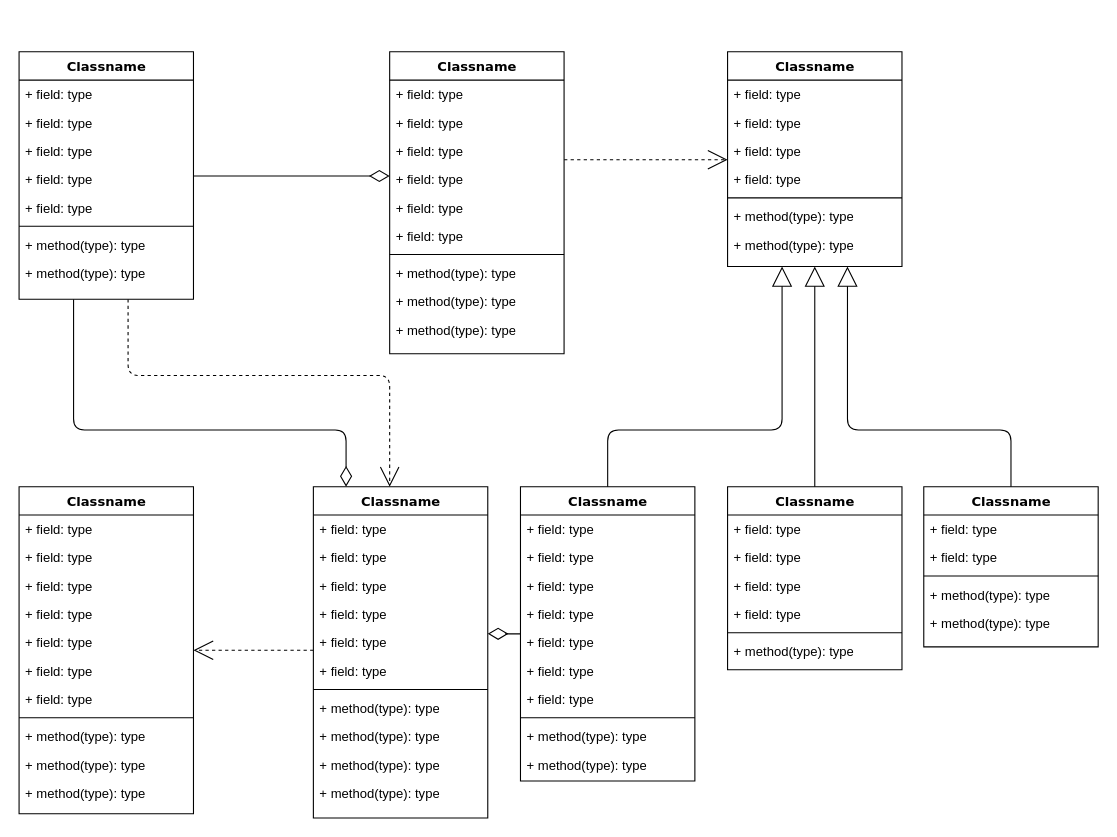
This is Organigramax.drawio from MiguelAngeloTr/Organigramax, a draw.io file, before an edit. Source tidied: cells renumbered, new cells numbered last; positions are measured from the earlier drawing's top-left corner, leaving out a move shared by most shapes. Both pictures are drawn from the tidied source at 109%, with x=0, y=0 at pixel (19, 51).
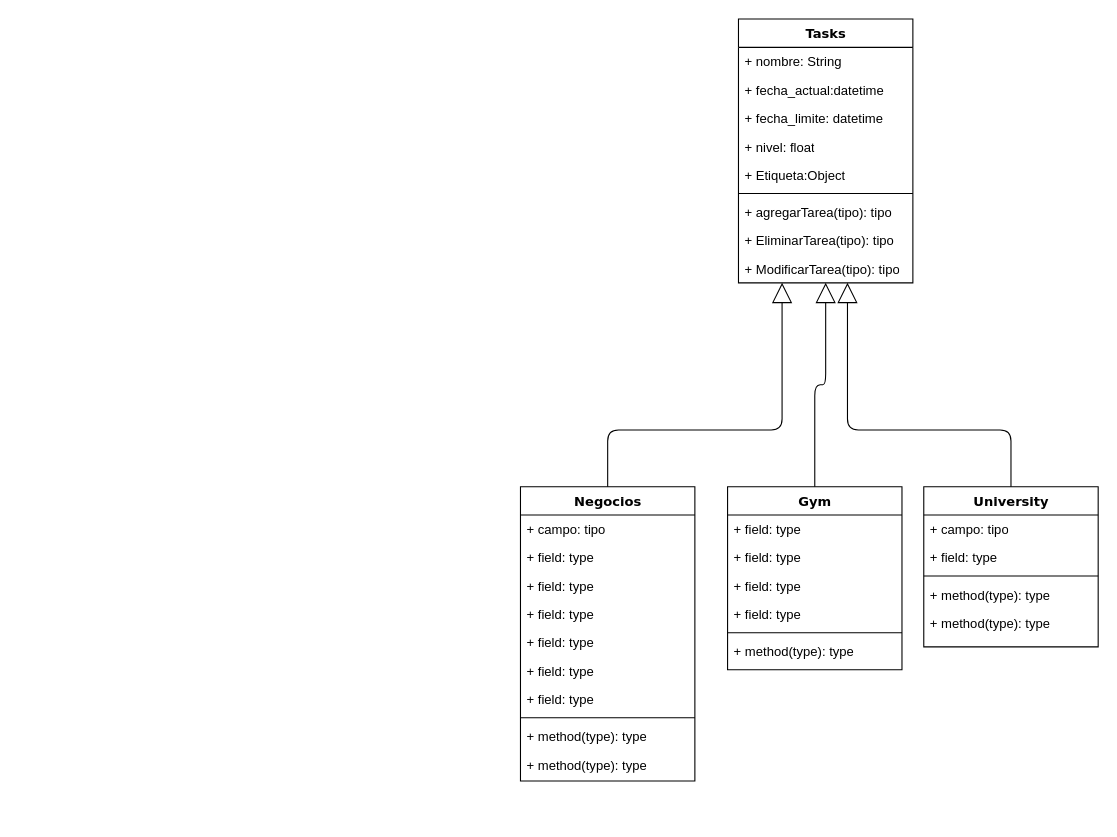
The same diagram, later.

Change to the diagram source:
```diff
@@
-    <mxCell id="2" style="edgeStyle=orthogonalEdgeStyle;html=1;labelBackgroundColor=none;startFill=0;startSize=8;endArrow=open;endFill=0;endSize=16;fontFamily=Verdana;fontSize=12;dashed=1;" parent="1" edge="1" source="4" target="47">
-      <mxGeometry relative="1" as="geometry">
-        <Array as="points">
-          <mxPoint x="100" y="297" />
-          <mxPoint x="340" y="297" />
-        </Array>
-      </mxGeometry>
-    </mxCell>
-    <mxCell id="3" style="edgeStyle=orthogonalEdgeStyle;html=1;labelBackgroundColor=none;startFill=0;startSize=8;endArrow=diamondThin;endFill=0;endSize=16;fontFamily=Verdana;fontSize=12;" parent="1" edge="1" source="4" target="47">
-      <mxGeometry relative="1" as="geometry">
-        <Array as="points">
-          <mxPoint x="50" y="347" />
-          <mxPoint x="300" y="347" />
-        </Array>
-      </mxGeometry>
-    </mxCell>
-    <mxCell id="4" value="Classname" style="swimlane;html=1;fontStyle=1;align=center;verticalAlign=top;horizontal=1;startSize=26;swimlaneFillColor=#ffffff;rounded=0;shadow=0;comic=0;labelBackgroundColor=none;strokeWidth=1;fillColor=none;fontFamily=Verdana;fontSize=12;" parent="1" vertex="1">
-      <mxGeometry width="160" height="227" as="geometry" />
-    </mxCell>
-    <mxCell id="5" value="+ field: type" style="text;html=1;strokeColor=none;fillColor=none;align=left;verticalAlign=top;spacingLeft=4;spacingRight=4;whiteSpace=wrap;overflow=hidden;" parent="4" vertex="1">
-      <mxGeometry y="26" width="160" height="26" as="geometry" />
-    </mxCell>
-    <mxCell id="6" value="+ field: type" style="text;html=1;strokeColor=none;fillColor=none;align=left;verticalAlign=top;spacingLeft=4;spacingRight=4;whiteSpace=wrap;overflow=hidden;" parent="4" vertex="1">
-      <mxGeometry y="52" width="160" height="26" as="geometry" />
-    </mxCell>
-    <mxCell id="7" value="+ field: type" style="text;html=1;strokeColor=none;fillColor=none;align=left;verticalAlign=top;spacingLeft=4;spacingRight=4;whiteSpace=wrap;overflow=hidden;" parent="4" vertex="1">
-      <mxGeometry y="78" width="160" height="26" as="geometry" />
-    </mxCell>
-    <mxCell id="8" value="+ field: type" style="text;html=1;strokeColor=none;fillColor=none;align=left;verticalAlign=top;spacingLeft=4;spacingRight=4;whiteSpace=wrap;overflow=hidden;" parent="4" vertex="1">
-      <mxGeometry y="104" width="160" height="26" as="geometry" />
-    </mxCell>
-    <mxCell id="9" value="+ field: type" style="text;html=1;strokeColor=none;fillColor=none;align=left;verticalAlign=top;spacingLeft=4;spacingRight=4;whiteSpace=wrap;overflow=hidden;" parent="4" vertex="1">
-      <mxGeometry y="130" width="160" height="26" as="geometry" />
-    </mxCell>
-    <mxCell id="10" style="line;html=1;strokeWidth=1;fillColor=none;align=left;verticalAlign=middle;spacingTop=-1;spacingLeft=3;spacingRight=3;labelPosition=right;" parent="4" vertex="1">
-      <mxGeometry y="156" width="160" height="8" as="geometry" />
-    </mxCell>
-    <mxCell id="11" value="+ method(type): type" style="text;html=1;strokeColor=none;fillColor=none;align=left;verticalAlign=top;spacingLeft=4;spacingRight=4;whiteSpace=wrap;overflow=hidden;" parent="4" vertex="1">
-      <mxGeometry y="164" width="160" height="26" as="geometry" />
-    </mxCell>
-    <mxCell id="12" value="+ method(type): type" style="text;html=1;strokeColor=none;fillColor=none;align=left;verticalAlign=top;spacingLeft=4;spacingRight=4;whiteSpace=wrap;overflow=hidden;" parent="4" vertex="1">
-      <mxGeometry y="190" width="160" height="26" as="geometry" />
-    </mxCell>
-    <mxCell id="13" style="edgeStyle=elbowEdgeStyle;html=1;labelBackgroundColor=none;startFill=0;startSize=8;endArrow=open;endFill=0;endSize=16;fontFamily=Verdana;fontSize=12;elbow=vertical;dashed=1;" parent="1" edge="1" source="14" target="25">
-      <mxGeometry relative="1" as="geometry" />
-    </mxCell>
-    <mxCell id="14" value="Classname" style="swimlane;html=1;fontStyle=1;align=center;verticalAlign=top;horizontal=1;startSize=26;swimlaneFillColor=#ffffff;rounded=0;shadow=0;comic=0;labelBackgroundColor=none;strokeWidth=1;fillColor=none;fontFamily=Verdana;fontSize=12;" parent="1" vertex="1">
-      <mxGeometry x="340" width="160" height="277" as="geometry" />
-    </mxCell>
-    <mxCell id="15" value="+ field: type" style="text;html=1;strokeColor=none;fillColor=none;align=left;verticalAlign=top;spacingLeft=4;spacingRight=4;whiteSpace=wrap;overflow=hidden;" parent="14" vertex="1">
-      <mxGeometry y="26" width="160" height="26" as="geometry" />
-    </mxCell>
-    <mxCell id="16" value="+ field: type" style="text;html=1;strokeColor=none;fillColor=none;align=left;verticalAlign=top;spacingLeft=4;spacingRight=4;whiteSpace=wrap;overflow=hidden;" parent="14" vertex="1">
-      <mxGeometry y="52" width="160" height="26" as="geometry" />
-    </mxCell>
-    <mxCell id="17" value="+ field: type" style="text;html=1;strokeColor=none;fillColor=none;align=left;verticalAlign=top;spacingLeft=4;spacingRight=4;whiteSpace=wrap;overflow=hidden;" parent="14" vertex="1">
-      <mxGeometry y="78" width="160" height="26" as="geometry" />
-    </mxCell>
-    <mxCell id="18" value="+ field: type" style="text;html=1;strokeColor=none;fillColor=none;align=left;verticalAlign=top;spacingLeft=4;spacingRight=4;whiteSpace=wrap;overflow=hidden;" parent="14" vertex="1">
-      <mxGeometry y="104" width="160" height="26" as="geometry" />
-    </mxCell>
-    <mxCell id="19" value="+ field: type" style="text;html=1;strokeColor=none;fillColor=none;align=left;verticalAlign=top;spacingLeft=4;spacingRight=4;whiteSpace=wrap;overflow=hidden;" parent="14" vertex="1">
-      <mxGeometry y="130" width="160" height="26" as="geometry" />
-    </mxCell>
-    <mxCell id="20" value="+ field: type" style="text;html=1;strokeColor=none;fillColor=none;align=left;verticalAlign=top;spacingLeft=4;spacingRight=4;whiteSpace=wrap;overflow=hidden;" parent="14" vertex="1">
-      <mxGeometry y="156" width="160" height="26" as="geometry" />
-    </mxCell>
-    <mxCell id="21" style="line;html=1;strokeWidth=1;fillColor=none;align=left;verticalAlign=middle;spacingTop=-1;spacingLeft=3;spacingRight=3;labelPosition=right;" parent="14" vertex="1">
-      <mxGeometry y="182" width="160" height="8" as="geometry" />
-    </mxCell>
-    <mxCell id="22" value="+ method(type): type" style="text;html=1;strokeColor=none;fillColor=none;align=left;verticalAlign=top;spacingLeft=4;spacingRight=4;whiteSpace=wrap;overflow=hidden;" parent="14" vertex="1">
-      <mxGeometry y="190" width="160" height="26" as="geometry" />
-    </mxCell>
-    <mxCell id="23" value="+ method(type): type" style="text;html=1;strokeColor=none;fillColor=none;align=left;verticalAlign=top;spacingLeft=4;spacingRight=4;whiteSpace=wrap;overflow=hidden;" parent="14" vertex="1">
-      <mxGeometry y="216" width="160" height="26" as="geometry" />
-    </mxCell>
-    <mxCell id="24" value="+ method(type): type" style="text;html=1;strokeColor=none;fillColor=none;align=left;verticalAlign=top;spacingLeft=4;spacingRight=4;whiteSpace=wrap;overflow=hidden;" parent="14" vertex="1">
-      <mxGeometry y="242" width="160" height="26" as="geometry" />
-    </mxCell>
-    <mxCell id="25" value="Classname" style="swimlane;html=1;fontStyle=1;align=center;verticalAlign=top;horizontal=1;startSize=26;swimlaneFillColor=#ffffff;rounded=0;shadow=0;comic=0;labelBackgroundColor=none;strokeWidth=1;fillColor=none;fontFamily=Verdana;fontSize=12;" parent="1" vertex="1">
-      <mxGeometry x="650" width="160" height="197" as="geometry" />
+    <mxCell id="25" value="Tasks" style="swimlane;html=1;fontStyle=1;align=center;verticalAlign=top;horizontal=1;startSize=26;swimlaneFillColor=#ffffff;rounded=0;shadow=0;comic=0;labelBackgroundColor=none;strokeWidth=1;fillColor=none;fontFamily=Verdana;fontSize=12;" parent="1" vertex="1">
+      <mxGeometry x="660" y="-30" width="160" height="242" as="geometry" />
     </mxCell>
-    <mxCell id="26" value="+ field: type" style="text;html=1;strokeColor=none;fillColor=none;align=left;verticalAlign=top;spacingLeft=4;spacingRight=4;whiteSpace=wrap;overflow=hidden;" parent="25" vertex="1">
+    <mxCell id="26" value="+ nombre: String" style="text;html=1;strokeColor=none;fillColor=none;align=left;verticalAlign=top;spacingLeft=4;spacingRight=4;whiteSpace=wrap;overflow=hidden;" parent="25" vertex="1">
       <mxGeometry y="26" width="160" height="26" as="geometry" />
     </mxCell>
-    <mxCell id="27" value="+ field: type" style="text;html=1;strokeColor=none;fillColor=none;align=left;verticalAlign=top;spacingLeft=4;spacingRight=4;whiteSpace=wrap;overflow=hidden;" parent="25" vertex="1">
+    <mxCell id="27" value="+ fecha_actual:datetime" style="text;html=1;strokeColor=none;fillColor=none;align=left;verticalAlign=top;spacingLeft=4;spacingRight=4;whiteSpace=wrap;overflow=hidden;" parent="25" vertex="1">
       <mxGeometry y="52" width="160" height="26" as="geometry" />
     </mxCell>
-    <mxCell id="28" value="+ field: type" style="text;html=1;strokeColor=none;fillColor=none;align=left;verticalAlign=top;spacingLeft=4;spacingRight=4;whiteSpace=wrap;overflow=hidden;" parent="25" vertex="1">
+    <mxCell id="28" value="+ fecha_limite: datetime&lt;div&gt;&lt;br&gt;&lt;/div&gt;" style="text;html=1;strokeColor=none;fillColor=none;align=left;verticalAlign=top;spacingLeft=4;spacingRight=4;whiteSpace=wrap;overflow=hidden;" parent="25" vertex="1">
       <mxGeometry y="78" width="160" height="26" as="geometry" />
     </mxCell>
-    <mxCell id="29" value="+ field: type" style="text;html=1;strokeColor=none;fillColor=none;align=left;verticalAlign=top;spacingLeft=4;spacingRight=4;whiteSpace=wrap;overflow=hidden;" parent="25" vertex="1">
+    <mxCell id="29" value="+ nivel: float" style="text;html=1;strokeColor=none;fillColor=none;align=left;verticalAlign=top;spacingLeft=4;spacingRight=4;whiteSpace=wrap;overflow=hidden;" parent="25" vertex="1">
       <mxGeometry y="104" width="160" height="26" as="geometry" />
     </mxCell>
+    <mxCell id="87" value="+ Etiqueta:Object" style="text;html=1;strokeColor=none;fillColor=none;align=left;verticalAlign=top;spacingLeft=4;spacingRight=4;whiteSpace=wrap;overflow=hidden;" parent="25" vertex="1">
+      <mxGeometry y="130" width="160" height="26" as="geometry" />
+    </mxCell>
     <mxCell id="30" style="line;html=1;strokeWidth=1;fillColor=none;align=left;verticalAlign=middle;spacingTop=-1;spacingLeft=3;spacingRight=3;labelPosition=right;" parent="25" vertex="1">
-      <mxGeometry y="130" width="160" height="8" as="geometry" />
+      <mxGeometry y="156" width="160" height="8" as="geometry" />
     </mxCell>
-    <mxCell id="31" value="+ method(type): type" style="text;html=1;strokeColor=none;fillColor=none;align=left;verticalAlign=top;spacingLeft=4;spacingRight=4;whiteSpace=wrap;overflow=hidden;" parent="25" vertex="1">
-      <mxGeometry y="138" width="160" height="26" as="geometry" />
+    <mxCell id="31" value="+ agregarTarea(tipo): tipo" style="text;html=1;strokeColor=none;fillColor=none;align=left;verticalAlign=top;spacingLeft=4;spacingRight=4;whiteSpace=wrap;overflow=hidden;" parent="25" vertex="1">
+      <mxGeometry y="164" width="160" height="26" as="geometry" />
     </mxCell>
-    <mxCell id="32" value="+ method(type): type" style="text;html=1;strokeColor=none;fillColor=none;align=left;verticalAlign=top;spacingLeft=4;spacingRight=4;whiteSpace=wrap;overflow=hidden;" parent="25" vertex="1">
-      <mxGeometry y="164" width="160" height="26" as="geometry" />
+    <mxCell id="32" value="+ EliminarTarea(tipo): tipo" style="text;html=1;strokeColor=none;fillColor=none;align=left;verticalAlign=top;spacingLeft=4;spacingRight=4;whiteSpace=wrap;overflow=hidden;" parent="25" vertex="1">
+      <mxGeometry y="190" width="160" height="26" as="geometry" />
     </mxCell>
-    <mxCell id="33" style="edgeStyle=elbowEdgeStyle;html=1;labelBackgroundColor=none;startFill=0;startSize=8;endArrow=open;endFill=0;endSize=16;fontFamily=Verdana;fontSize=12;elbow=vertical;dashed=1;" parent="1" edge="1" source="47" target="34">
-      <mxGeometry relative="1" as="geometry" />
-    </mxCell>
-    <mxCell id="34" value="Classname" style="swimlane;html=1;fontStyle=1;align=center;verticalAlign=top;horizontal=1;startSize=26;swimlaneFillColor=#ffffff;rounded=0;shadow=0;comic=0;labelBackgroundColor=none;strokeWidth=1;fillColor=none;fontFamily=Verdana;fontSize=12;" parent="1" vertex="1">
-      <mxGeometry y="399" width="160" height="300" as="geometry" />
-    </mxCell>
-    <mxCell id="35" value="+ field: type" style="text;html=1;strokeColor=none;fillColor=none;align=left;verticalAlign=top;spacingLeft=4;spacingRight=4;whiteSpace=wrap;overflow=hidden;" parent="34" vertex="1">
-      <mxGeometry y="26" width="160" height="26" as="geometry" />
-    </mxCell>
-    <mxCell id="36" value="+ field: type" style="text;html=1;strokeColor=none;fillColor=none;align=left;verticalAlign=top;spacingLeft=4;spacingRight=4;whiteSpace=wrap;overflow=hidden;" parent="34" vertex="1">
-      <mxGeometry y="52" width="160" height="26" as="geometry" />
-    </mxCell>
-    <mxCell id="37" value="+ field: type" style="text;html=1;strokeColor=none;fillColor=none;align=left;verticalAlign=top;spacingLeft=4;spacingRight=4;whiteSpace=wrap;overflow=hidden;" parent="34" vertex="1">
-      <mxGeometry y="78" width="160" height="26" as="geometry" />
-    </mxCell>
-    <mxCell id="38" value="+ field: type" style="text;html=1;strokeColor=none;fillColor=none;align=left;verticalAlign=top;spacingLeft=4;spacingRight=4;whiteSpace=wrap;overflow=hidden;" parent="34" vertex="1">
-      <mxGeometry y="104" width="160" height="26" as="geometry" />
-    </mxCell>
-    <mxCell id="39" value="+ field: type" style="text;html=1;strokeColor=none;fillColor=none;align=left;verticalAlign=top;spacingLeft=4;spacingRight=4;whiteSpace=wrap;overflow=hidden;" parent="34" vertex="1">
-      <mxGeometry y="130" width="160" height="26" as="geometry" />
-    </mxCell>
-    <mxCell id="40" value="+ field: type" style="text;html=1;strokeColor=none;fillColor=none;align=left;verticalAlign=top;spacingLeft=4;spacingRight=4;whiteSpace=wrap;overflow=hidden;" parent="34" vertex="1">
-      <mxGeometry y="156" width="160" height="26" as="geometry" />
-    </mxCell>
-    <mxCell id="41" value="+ field: type" style="text;html=1;strokeColor=none;fillColor=none;align=left;verticalAlign=top;spacingLeft=4;spacingRight=4;whiteSpace=wrap;overflow=hidden;" parent="34" vertex="1">
-      <mxGeometry y="182" width="160" height="26" as="geometry" />
-    </mxCell>
-    <mxCell id="42" style="line;html=1;strokeWidth=1;fillColor=none;align=left;verticalAlign=middle;spacingTop=-1;spacingLeft=3;spacingRight=3;labelPosition=right;" parent="34" vertex="1">
-      <mxGeometry y="208" width="160" height="8" as="geometry" />
-    </mxCell>
-    <mxCell id="43" value="+ method(type): type" style="text;html=1;strokeColor=none;fillColor=none;align=left;verticalAlign=top;spacingLeft=4;spacingRight=4;whiteSpace=wrap;overflow=hidden;" parent="34" vertex="1">
-      <mxGeometry y="216" width="160" height="26" as="geometry" />
-    </mxCell>
-    <mxCell id="44" value="+ method(type): type" style="text;html=1;strokeColor=none;fillColor=none;align=left;verticalAlign=top;spacingLeft=4;spacingRight=4;whiteSpace=wrap;overflow=hidden;" parent="34" vertex="1">
-      <mxGeometry y="242" width="160" height="26" as="geometry" />
-    </mxCell>
-    <mxCell id="45" value="+ method(type): type" style="text;html=1;strokeColor=none;fillColor=none;align=left;verticalAlign=top;spacingLeft=4;spacingRight=4;whiteSpace=wrap;overflow=hidden;" parent="34" vertex="1">
-      <mxGeometry y="268" width="160" height="26" as="geometry" />
-    </mxCell>
-    <mxCell id="46" style="edgeStyle=elbowEdgeStyle;html=1;labelBackgroundColor=none;startFill=0;startSize=8;endArrow=diamondThin;endFill=0;endSize=16;fontFamily=Verdana;fontSize=12;elbow=vertical;" parent="1" edge="1" source="60" target="47">
-      <mxGeometry relative="1" as="geometry" />
-    </mxCell>
-    <mxCell id="47" value="Classname" style="swimlane;html=1;fontStyle=1;align=center;verticalAlign=top;horizontal=1;startSize=26;swimlaneFillColor=#ffffff;rounded=0;shadow=0;comic=0;labelBackgroundColor=none;strokeWidth=1;fillColor=none;fontFamily=Verdana;fontSize=12;" parent="1" vertex="1">
-      <mxGeometry x="270" y="399" width="160" height="304" as="geometry" />
-    </mxCell>
-    <mxCell id="48" value="+ field: type" style="text;html=1;strokeColor=none;fillColor=none;align=left;verticalAlign=top;spacingLeft=4;spacingRight=4;whiteSpace=wrap;overflow=hidden;" parent="47" vertex="1">
-      <mxGeometry y="26" width="160" height="26" as="geometry" />
-    </mxCell>
-    <mxCell id="49" value="+ field: type" style="text;html=1;strokeColor=none;fillColor=none;align=left;verticalAlign=top;spacingLeft=4;spacingRight=4;whiteSpace=wrap;overflow=hidden;" parent="47" vertex="1">
-      <mxGeometry y="52" width="160" height="26" as="geometry" />
-    </mxCell>
-    <mxCell id="50" value="+ field: type" style="text;html=1;strokeColor=none;fillColor=none;align=left;verticalAlign=top;spacingLeft=4;spacingRight=4;whiteSpace=wrap;overflow=hidden;" parent="47" vertex="1">
-      <mxGeometry y="78" width="160" height="26" as="geometry" />
-    </mxCell>
-    <mxCell id="51" value="+ field: type" style="text;html=1;strokeColor=none;fillColor=none;align=left;verticalAlign=top;spacingLeft=4;spacingRight=4;whiteSpace=wrap;overflow=hidden;" parent="47" vertex="1">
-      <mxGeometry y="104" width="160" height="26" as="geometry" />
-    </mxCell>
-    <mxCell id="52" value="+ field: type" style="text;html=1;strokeColor=none;fillColor=none;align=left;verticalAlign=top;spacingLeft=4;spacingRight=4;whiteSpace=wrap;overflow=hidden;" parent="47" vertex="1">
-      <mxGeometry y="130" width="160" height="26" as="geometry" />
-    </mxCell>
-    <mxCell id="53" value="+ field: type" style="text;html=1;strokeColor=none;fillColor=none;align=left;verticalAlign=top;spacingLeft=4;spacingRight=4;whiteSpace=wrap;overflow=hidden;" parent="47" vertex="1">
-      <mxGeometry y="156" width="160" height="26" as="geometry" />
-    </mxCell>
-    <mxCell id="54" style="line;html=1;strokeWidth=1;fillColor=none;align=left;verticalAlign=middle;spacingTop=-1;spacingLeft=3;spacingRight=3;labelPosition=right;" parent="47" vertex="1">
-      <mxGeometry y="182" width="160" height="8" as="geometry" />
-    </mxCell>
-    <mxCell id="55" value="+ method(type): type" style="text;html=1;strokeColor=none;fillColor=none;align=left;verticalAlign=top;spacingLeft=4;spacingRight=4;whiteSpace=wrap;overflow=hidden;" parent="47" vertex="1">
-      <mxGeometry y="190" width="160" height="26" as="geometry" />
-    </mxCell>
-    <mxCell id="56" value="+ method(type): type" style="text;html=1;strokeColor=none;fillColor=none;align=left;verticalAlign=top;spacingLeft=4;spacingRight=4;whiteSpace=wrap;overflow=hidden;" parent="47" vertex="1">
-      <mxGeometry y="216" width="160" height="26" as="geometry" />
-    </mxCell>
-    <mxCell id="57" value="+ method(type): type" style="text;html=1;strokeColor=none;fillColor=none;align=left;verticalAlign=top;spacingLeft=4;spacingRight=4;whiteSpace=wrap;overflow=hidden;" parent="47" vertex="1">
-      <mxGeometry y="242" width="160" height="26" as="geometry" />
-    </mxCell>
-    <mxCell id="58" value="+ method(type): type" style="text;html=1;strokeColor=none;fillColor=none;align=left;verticalAlign=top;spacingLeft=4;spacingRight=4;whiteSpace=wrap;overflow=hidden;" parent="47" vertex="1">
-      <mxGeometry y="268" width="160" height="26" as="geometry" />
-    </mxCell>
+    <mxCell id="88" value="+ ModificarTarea(tipo): tipo" style="text;html=1;strokeColor=none;fillColor=none;align=left;verticalAlign=top;spacingLeft=4;spacingRight=4;whiteSpace=wrap;overflow=hidden;" parent="25" vertex="1">
+      <mxGeometry y="216" width="160" height="26" as="geometry" />
+    </mxCell>
@@
-    <mxCell id="60" value="Classname" style="swimlane;html=1;fontStyle=1;align=center;verticalAlign=top;horizontal=1;startSize=26;swimlaneFillColor=#ffffff;rounded=0;shadow=0;comic=0;labelBackgroundColor=none;strokeWidth=1;fillColor=none;fontFamily=Verdana;fontSize=12;" parent="1" vertex="1">
+    <mxCell id="60" value="Negocios" style="swimlane;html=1;fontStyle=1;align=center;verticalAlign=top;horizontal=1;startSize=26;swimlaneFillColor=#ffffff;rounded=0;shadow=0;comic=0;labelBackgroundColor=none;strokeWidth=1;fillColor=none;fontFamily=Verdana;fontSize=12;" parent="1" vertex="1">
       <mxGeometry x="460" y="399" width="160" height="270" as="geometry" />
     </mxCell>
-    <mxCell id="61" value="+ field: type" style="text;html=1;strokeColor=none;fillColor=none;align=left;verticalAlign=top;spacingLeft=4;spacingRight=4;whiteSpace=wrap;overflow=hidden;" parent="60" vertex="1">
+    <mxCell id="61" value="+ campo: tipo" style="text;html=1;strokeColor=none;fillColor=none;align=left;verticalAlign=top;spacingLeft=4;spacingRight=4;whiteSpace=wrap;overflow=hidden;" parent="60" vertex="1">
       <mxGeometry y="26" width="160" height="26" as="geometry" />
     </mxCell>
@@
-    <mxCell id="72" value="Classname" style="swimlane;html=1;fontStyle=1;align=center;verticalAlign=top;horizontal=1;startSize=26;swimlaneFillColor=#ffffff;rounded=0;shadow=0;comic=0;labelBackgroundColor=none;strokeWidth=1;fillColor=none;fontFamily=Verdana;fontSize=12;" parent="1" vertex="1">
+    <mxCell id="72" value="Gym" style="swimlane;html=1;fontStyle=1;align=center;verticalAlign=top;horizontal=1;startSize=26;swimlaneFillColor=#ffffff;rounded=0;shadow=0;comic=0;labelBackgroundColor=none;strokeWidth=1;fillColor=none;fontFamily=Verdana;fontSize=12;" parent="1" vertex="1">
       <mxGeometry x="650" y="399" width="160" height="168" as="geometry" />
     </mxCell>
@@
-    <mxCell id="80" value="Classname" style="swimlane;html=1;fontStyle=1;align=center;verticalAlign=top;horizontal=1;startSize=26;swimlaneFillColor=#ffffff;rounded=0;shadow=0;comic=0;labelBackgroundColor=none;strokeWidth=1;fillColor=none;fontFamily=Verdana;fontSize=12;" parent="1" vertex="1">
+    <mxCell id="80" value="University" style="swimlane;html=1;fontStyle=1;align=center;verticalAlign=top;horizontal=1;startSize=26;swimlaneFillColor=#ffffff;rounded=0;shadow=0;comic=0;labelBackgroundColor=none;strokeWidth=1;fillColor=none;fontFamily=Verdana;fontSize=12;" parent="1" vertex="1">
       <mxGeometry x="830" y="399" width="160" height="147" as="geometry" />
     </mxCell>
-    <mxCell id="81" value="+ field: type" style="text;html=1;strokeColor=none;fillColor=none;align=left;verticalAlign=top;spacingLeft=4;spacingRight=4;whiteSpace=wrap;overflow=hidden;" parent="80" vertex="1">
+    <mxCell id="81" value="+ campo: tipo" style="text;html=1;strokeColor=none;fillColor=none;align=left;verticalAlign=top;spacingLeft=4;spacingRight=4;whiteSpace=wrap;overflow=hidden;" parent="80" vertex="1">
       <mxGeometry y="26" width="160" height="26" as="geometry" />
     </mxCell>
@@
-    <mxCell id="86" style="edgeStyle=elbowEdgeStyle;html=1;labelBackgroundColor=none;startFill=0;startSize=8;endArrow=diamondThin;endFill=0;endSize=16;fontFamily=Verdana;fontSize=12;elbow=vertical;" parent="1" edge="1" source="4" target="14">
-      <mxGeometry relative="1" as="geometry" />
-    </mxCell>
```
